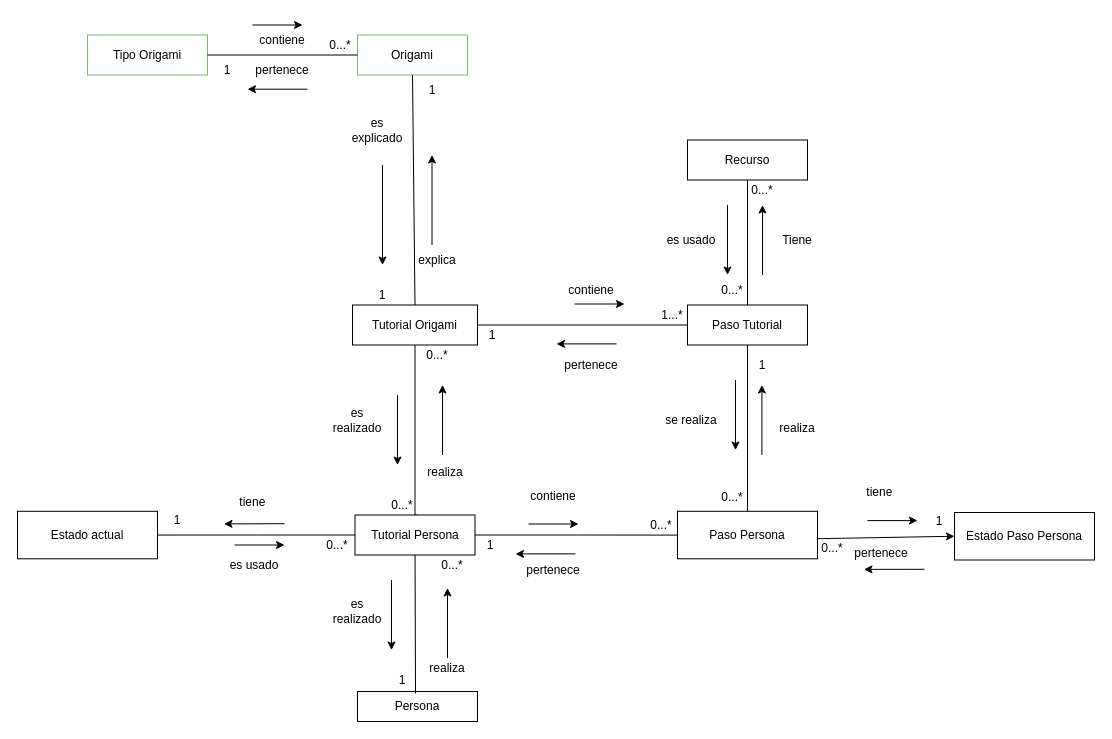
Above: ModeloDeDominio3D.drawio in andrescastillo1996/documentacionMundoOrigami (draw.io), before the change. Source tidied: cells renumbered, new cells numbered last; positions are measured from the earlier drawing's top-left corner, leaving out a move shared by most shapes. Both pictures are drawn from the tidied source at 100%, with x=0, y=0 at pixel (17, 25).
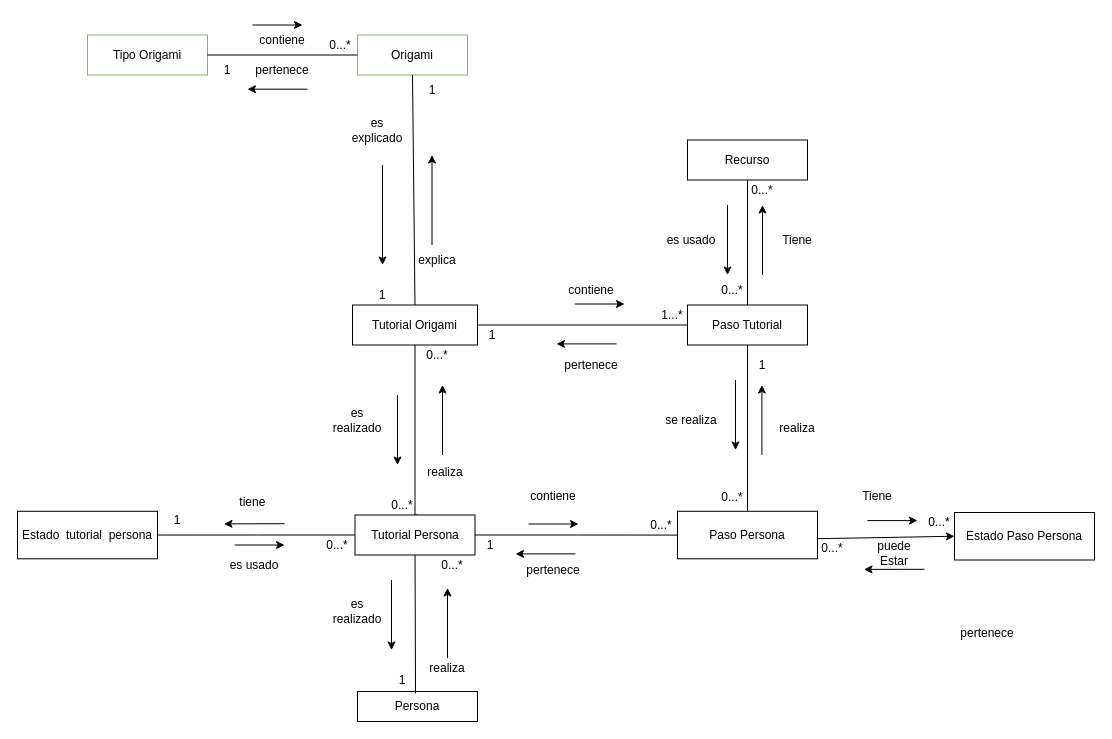
Above is the later version.

The edit, as a diff of the source:
```diff
@@
-    <mxCell id="4" value="Estado actual" style="rounded=0;whiteSpace=wrap;html=1;" parent="1" vertex="1">
+    <mxCell id="4" value="Estado&amp;nbsp; tutorial&amp;nbsp; persona" style="rounded=0;whiteSpace=wrap;html=1;" parent="1" vertex="1">
       <mxGeometry y="485.8" width="140" height="47.5" as="geometry" />
     </mxCell>
@@
-    <mxCell id="76" value="tiene&amp;nbsp;" style="text;html=1;strokeColor=none;fillColor=none;align=center;verticalAlign=middle;whiteSpace=wrap;rounded=0;" parent="1" vertex="1">
-      <mxGeometry x="834" y="452" width="60" height="30" as="geometry" />
+    <mxCell id="76" value="puede Estar" style="text;html=1;strokeColor=none;fillColor=none;align=center;verticalAlign=middle;whiteSpace=wrap;rounded=0;" parent="1" vertex="1">
+      <mxGeometry x="847" y="513.2" width="60" height="30" as="geometry" />
     </mxCell>
     <mxCell id="77" value="pertenece" style="text;html=1;strokeColor=none;fillColor=none;align=center;verticalAlign=middle;whiteSpace=wrap;rounded=0;" parent="1" vertex="1">
-      <mxGeometry x="834" y="518" width="60" height="20" as="geometry" />
+      <mxGeometry x="940" y="598" width="60" height="20" as="geometry" />
     </mxCell>
-    <mxCell id="78" value="1" style="text;html=1;strokeColor=none;fillColor=none;align=center;verticalAlign=middle;whiteSpace=wrap;rounded=0;" parent="1" vertex="1">
-      <mxGeometry x="907" y="485.8" width="30" height="20" as="geometry" />
-    </mxCell>
@@
+    <mxCell id="83" value="0...*" style="text;html=1;strokeColor=none;fillColor=none;align=center;verticalAlign=middle;whiteSpace=wrap;rounded=0;" parent="1" vertex="1">
+      <mxGeometry x="907" y="487" width="30" height="20" as="geometry" />
+    </mxCell>
+    <mxCell id="84" value="Tiene" style="text;html=1;strokeColor=none;fillColor=none;align=center;verticalAlign=middle;whiteSpace=wrap;rounded=0;" parent="1" vertex="1">
+      <mxGeometry x="830" y="455.8" width="60" height="30" as="geometry" />
+    </mxCell>
```
